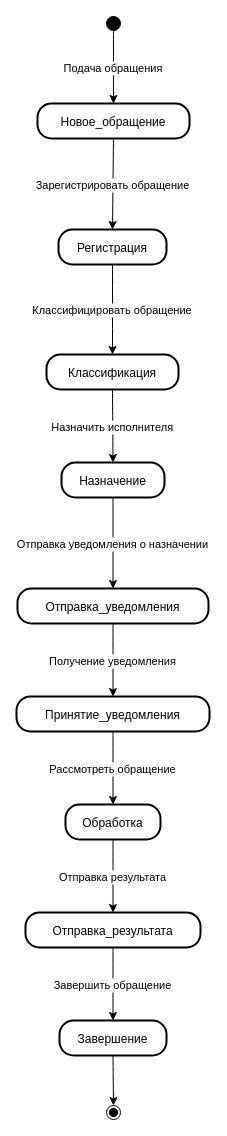
This is Диаграмма состояний.drawio from alexej0000/Diagram, a draw.io file, before an edit. Source tidied: cells renumbered, new cells numbered last; positions are measured from the earlier drawing's top-left corner, leaving out a move shared by most shapes. Both pictures are drawn from the tidied source at 100%, with x=0, y=0 at pixel (16, 16).
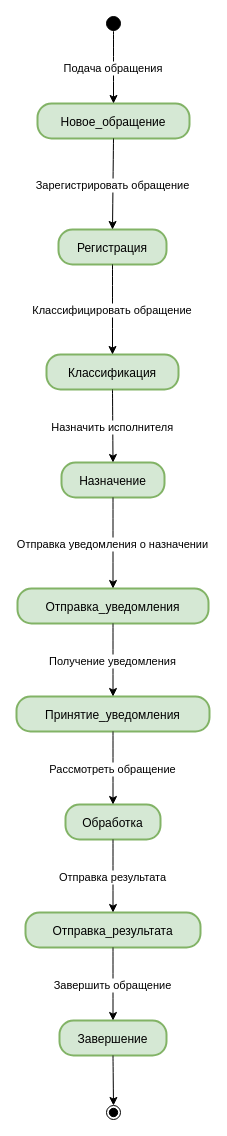
The same page after the edit.

Diff of the diagram source:
```diff
@@
-    <mxCell id="3" value="Новое_обращение" style="rounded=1;arcSize=40;strokeWidth=2;" parent="1" vertex="1">
+    <mxCell id="3" value="Новое_обращение" style="rounded=1;arcSize=40;strokeWidth=2;fillColor=#d5e8d4;strokeColor=#82b366;" parent="1" vertex="1">
       <mxGeometry x="21" y="87" width="152" height="35" as="geometry" />
     </mxCell>
-    <mxCell id="4" value="Регистрация" style="rounded=1;arcSize=40;strokeWidth=2;" parent="1" vertex="1">
+    <mxCell id="4" value="Регистрация" style="rounded=1;arcSize=40;strokeWidth=2;fillColor=#d5e8d4;strokeColor=#82b366;" parent="1" vertex="1">
       <mxGeometry x="42" y="213" width="108" height="35" as="geometry" />
     </mxCell>
-    <mxCell id="5" value="Классификация" style="rounded=1;arcSize=40;strokeWidth=2;" parent="1" vertex="1">
+    <mxCell id="5" value="Классификация" style="rounded=1;arcSize=40;strokeWidth=2;fillColor=#d5e8d4;strokeColor=#82b366;" parent="1" vertex="1">
       <mxGeometry x="30" y="338" width="132" height="35" as="geometry" />
     </mxCell>
-    <mxCell id="6" value="Назначение" style="rounded=1;arcSize=40;strokeWidth=2;" parent="1" vertex="1">
+    <mxCell id="6" value="Назначение" style="rounded=1;arcSize=40;strokeWidth=2;fillColor=#d5e8d4;strokeColor=#82b366;" parent="1" vertex="1">
       <mxGeometry x="45" y="446" width="103" height="35" as="geometry" />
     </mxCell>
-    <mxCell id="7" value="Отправка_уведомления" style="rounded=1;arcSize=40;strokeWidth=2;" parent="1" vertex="1">
+    <mxCell id="7" value="Отправка_уведомления" style="rounded=1;arcSize=40;strokeWidth=2;fillColor=#d5e8d4;strokeColor=#82b366;" parent="1" vertex="1">
       <mxGeometry x="1" y="572" width="191" height="35" as="geometry" />
     </mxCell>
-    <mxCell id="8" value="Принятие_уведомления" style="rounded=1;arcSize=40;strokeWidth=2;" parent="1" vertex="1">
+    <mxCell id="8" value="Принятие_уведомления" style="rounded=1;arcSize=40;strokeWidth=2;fillColor=#d5e8d4;strokeColor=#82b366;" parent="1" vertex="1">
       <mxGeometry y="680" width="193" height="35" as="geometry" />
     </mxCell>
-    <mxCell id="9" value="Обработка" style="rounded=1;arcSize=40;strokeWidth=2;" parent="1" vertex="1">
+    <mxCell id="9" value="Обработка" style="rounded=1;arcSize=40;strokeWidth=2;fillColor=#d5e8d4;strokeColor=#82b366;" parent="1" vertex="1">
       <mxGeometry x="49" y="788" width="95" height="35" as="geometry" />
     </mxCell>
-    <mxCell id="10" value="Отправка_результата" style="rounded=1;arcSize=40;strokeWidth=2;" parent="1" vertex="1">
+    <mxCell id="10" value="Отправка_результата" style="rounded=1;arcSize=40;strokeWidth=2;fillColor=#d5e8d4;strokeColor=#82b366;" parent="1" vertex="1">
       <mxGeometry x="9" y="896" width="175" height="35" as="geometry" />
     </mxCell>
-    <mxCell id="11" value="Завершение" style="rounded=1;arcSize=40;strokeWidth=2;" parent="1" vertex="1">
+    <mxCell id="11" value="Завершение" style="rounded=1;arcSize=40;strokeWidth=2;fillColor=#d5e8d4;strokeColor=#82b366;" parent="1" vertex="1">
       <mxGeometry x="43" y="1004" width="107" height="35" as="geometry" />
     </mxCell>
```
